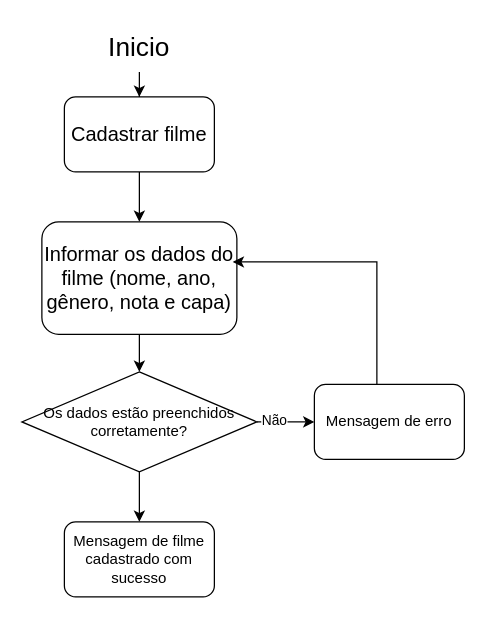
This is cadastrarfilme.drawio from natt123321/catalogo-de-filmes, a draw.io file, before an edit. Source tidied: cells renumbered, new cells numbered last; positions are measured from the earlier drawing's top-left corner, leaving out a move shared by most shapes. Both pictures are drawn from the tidied source at 125%, with x=0, y=0 at pixel (21, 21).
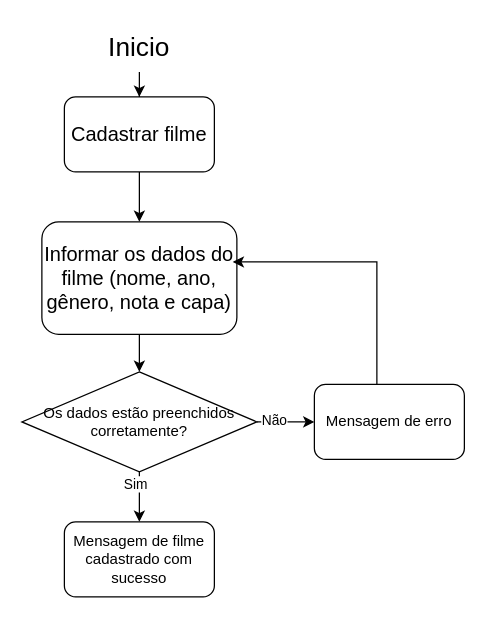
The same diagram, later.

Diff of the diagram source:
```diff
@@
 <mxGraphModel>
   <root>
     <mxCell id="0" />
     <mxCell id="1" parent="0" />
     <mxCell id="2" style="edgeStyle=orthogonalEdgeStyle;rounded=0;jettySize=auto;html=1;" parent="1" edge="1" source="3" target="5">
       <mxGeometry relative="1" as="geometry" />
     </mxCell>
     <mxCell id="3" value="Inicio" style="text;html=1;whiteSpace=wrap;strokeColor=none;fillColor=none;align=center;verticalAlign=middle;rounded=0;fontSize=21;" parent="1" vertex="1">
       <mxGeometry x="52" width="84" height="40" as="geometry" />
     </mxCell>
     <mxCell id="4" style="edgeStyle=orthogonalEdgeStyle;rounded=0;jettySize=auto;html=1;" parent="1" edge="1" source="5" target="7">
       <mxGeometry relative="1" as="geometry" />
     </mxCell>
     <mxCell id="5" value="Cadastrar filme" style="rounded=1;whiteSpace=wrap;html=1;fontSize=16;" parent="1" vertex="1">
       <mxGeometry x="34" y="60" width="120" height="60" as="geometry" />
     </mxCell>
     <mxCell id="6" style="edgeStyle=orthogonalEdgeStyle;rounded=0;jettySize=auto;html=1;" parent="1" edge="1" source="7" target="11">
       <mxGeometry relative="1" as="geometry" />
     </mxCell>
     <mxCell id="7" value="Informar os dados do filme (nome, ano, gênero, nota e capa)" style="rounded=1;whiteSpace=wrap;html=1;fontSize=16;" parent="1" vertex="1">
       <mxGeometry x="16" y="160" width="156" height="90" as="geometry" />
     </mxCell>
     <mxCell id="8" style="edgeStyle=orthogonalEdgeStyle;rounded=0;jettySize=auto;html=1;" parent="1" edge="1" source="11" target="12">
       <mxGeometry relative="1" as="geometry" />
     </mxCell>
     <mxCell id="9" value="Não" style="edgeLabel;html=1;align=center;verticalAlign=middle;" parent="8" vertex="1">
       <mxGeometry x="-0.43" y="2" relative="1" as="geometry" />
     </mxCell>
     <mxCell id="10" style="edgeStyle=orthogonalEdgeStyle;rounded=0;jettySize=auto;html=1;" parent="1" edge="1" source="11" target="14">
       <mxGeometry relative="1" as="geometry" />
     </mxCell>
+    <mxCell id="15" value="Sim" style="edgeLabel;html=1;align=center;verticalAlign=middle;" parent="10" vertex="1">
+      <mxGeometry x="-0.57" y="-4" relative="1" as="geometry" />
+    </mxCell>
     <mxCell id="11" value="Os dados estão preenchidos corretamente?" style="rhombus;whiteSpace=wrap;html=1;shapeInside=1;" parent="1" vertex="1">
       <mxGeometry y="280" width="188" height="80" as="geometry" />
     </mxCell>
     <mxCell id="12" value="Mensagem de erro" style="rounded=1;whiteSpace=wrap;html=1;" parent="1" vertex="1">
       <mxGeometry x="234" y="290" width="120" height="60" as="geometry" />
     </mxCell>
     <mxCell id="13" style="edgeStyle=orthogonalEdgeStyle;rounded=0;jettySize=auto;html=1;entryX=0.979;entryY=0.356;entryDx=0;entryDy=0;entryPerimeter=0;" parent="1" edge="1" source="12" target="7">
       <mxGeometry relative="1" as="geometry">
         <Array as="points">
           <mxPoint x="284" y="192" />
         </Array>
       </mxGeometry>
     </mxCell>
     <mxCell id="14" value="Mensagem de filme cadastrado com sucesso" style="rounded=1;whiteSpace=wrap;html=1;" parent="1" vertex="1">
       <mxGeometry x="34" y="400" width="120" height="60" as="geometry" />
     </mxCell>
   </root>
 </mxGraphModel>
```
